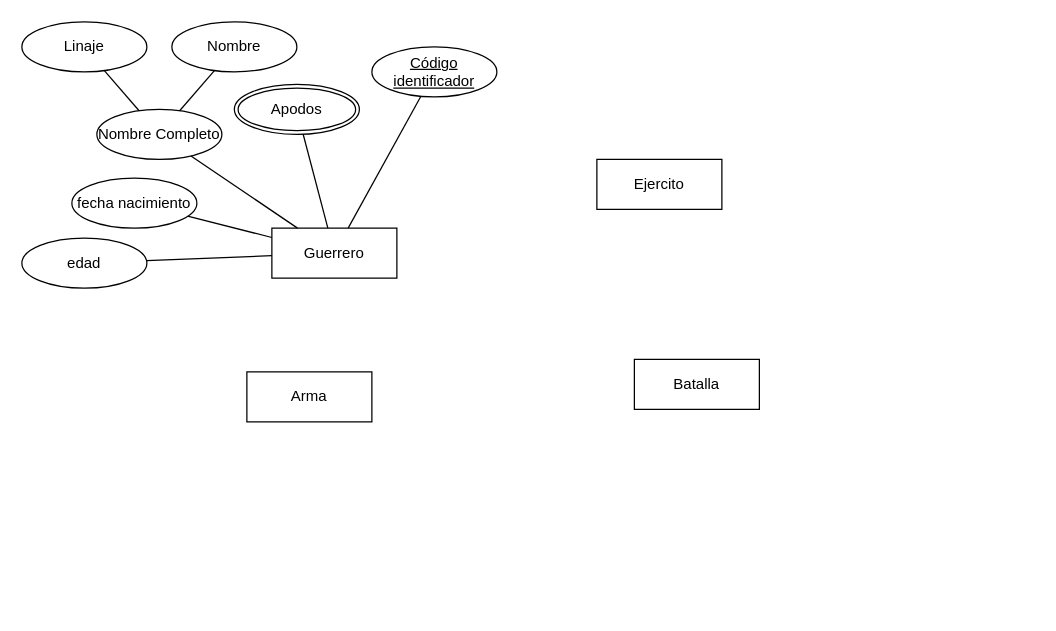
Before: GBD/anillos.drawio in poliestireno/ASIR1_2627, a draw.io diagram. Source tidied: cells renumbered, new cells numbered last; positions are measured from the earlier drawing's top-left corner, leaving out a move shared by most shapes. Both pictures are drawn from the tidied source at 125%, with x=0, y=0 at pixel (21, 21).
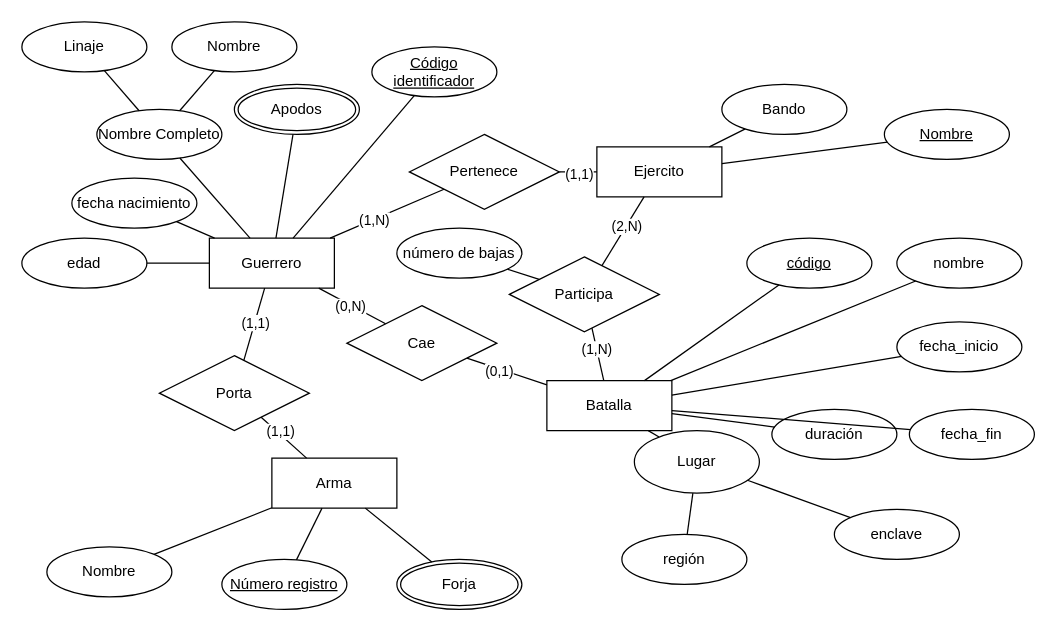
After the change.

What changed in the source:
```diff
@@
     <mxCell id="2" value="Guerrero" style="whiteSpace=wrap;html=1;align=center;" parent="1" vertex="1">
-      <mxGeometry x="200" y="165" width="100" height="40" as="geometry" />
+      <mxGeometry x="150" y="173" width="100" height="40" as="geometry" />
     </mxCell>
     <mxCell id="3" value="Ejercito" style="whiteSpace=wrap;html=1;align=center;" parent="1" vertex="1">
-      <mxGeometry x="460" y="110" width="100" height="40" as="geometry" />
+      <mxGeometry x="460" y="100" width="100" height="40" as="geometry" />
     </mxCell>
     <mxCell id="4" value="Arma" style="whiteSpace=wrap;html=1;align=center;" parent="1" vertex="1">
-      <mxGeometry x="180" y="280" width="100" height="40" as="geometry" />
+      <mxGeometry x="200" y="349" width="100" height="40" as="geometry" />
     </mxCell>
     <mxCell id="5" value="Batalla" style="whiteSpace=wrap;html=1;align=center;" parent="1" vertex="1">
-      <mxGeometry x="490" y="270" width="100" height="40" as="geometry" />
+      <mxGeometry x="420" y="287" width="100" height="40" as="geometry" />
     </mxCell>
@@
+    <mxCell id="20" value="Bando" style="ellipse;whiteSpace=wrap;html=1;align=center;" parent="1" vertex="1">
+      <mxGeometry x="560" y="50" width="100" height="40" as="geometry" />
+    </mxCell>
+    <mxCell id="21" style="endArrow=none;html=1;rounded=0;defaultLabelBackgroundColor=page;" parent="1" edge="1" source="20" target="3">
+      <mxGeometry relative="1" as="geometry" />
+    </mxCell>
+    <mxCell id="22" value="Nombre" style="ellipse;whiteSpace=wrap;html=1;align=center;fontStyle=4;" parent="1" vertex="1">
+      <mxGeometry x="690" y="70" width="100" height="40" as="geometry" />
+    </mxCell>
+    <mxCell id="23" style="endArrow=none;html=1;rounded=0;defaultLabelBackgroundColor=page;" parent="1" edge="1" source="3" target="22">
+      <mxGeometry relative="1" as="geometry" />
+    </mxCell>
+    <mxCell id="24" value="Nombre" style="ellipse;whiteSpace=wrap;html=1;align=center;" parent="1" vertex="1">
+      <mxGeometry x="20" y="420" width="100" height="40" as="geometry" />
+    </mxCell>
+    <mxCell id="25" value="Número registro" style="ellipse;whiteSpace=wrap;html=1;align=center;fontStyle=4;" parent="1" vertex="1">
+      <mxGeometry x="160" y="430" width="100" height="40" as="geometry" />
+    </mxCell>
+    <mxCell id="26" value="Forja" style="ellipse;shape=doubleEllipse;margin=3;whiteSpace=wrap;html=1;align=center;" parent="1" vertex="1">
+      <mxGeometry x="300" y="430" width="100" height="40" as="geometry" />
+    </mxCell>
+    <mxCell id="27" style="endArrow=none;html=1;rounded=0;defaultLabelBackgroundColor=page;" parent="1" edge="1" source="26" target="4">
+      <mxGeometry relative="1" as="geometry" />
+    </mxCell>
+    <mxCell id="28" style="endArrow=none;html=1;rounded=0;defaultLabelBackgroundColor=page;" parent="1" edge="1" source="25" target="4">
+      <mxGeometry relative="1" as="geometry" />
+    </mxCell>
+    <mxCell id="29" style="endArrow=none;html=1;rounded=0;defaultLabelBackgroundColor=page;" parent="1" edge="1" source="24" target="4">
+      <mxGeometry relative="1" as="geometry" />
+    </mxCell>
+    <mxCell id="30" value="nombre" style="ellipse;whiteSpace=wrap;html=1;align=center;" parent="1" vertex="1">
+      <mxGeometry x="700" y="173" width="100" height="40" as="geometry" />
+    </mxCell>
+    <mxCell id="31" value="fecha_inicio" style="ellipse;whiteSpace=wrap;html=1;align=center;" parent="1" vertex="1">
+      <mxGeometry x="700" y="240" width="100" height="40" as="geometry" />
+    </mxCell>
+    <mxCell id="32" value="código" style="ellipse;whiteSpace=wrap;html=1;align=center;fontStyle=4;" parent="1" vertex="1">
+      <mxGeometry x="580" y="173" width="100" height="40" as="geometry" />
+    </mxCell>
+    <mxCell id="33" value="duración" style="ellipse;whiteSpace=wrap;html=1;align=center;" parent="1" vertex="1">
+      <mxGeometry x="600" y="310" width="100" height="40" as="geometry" />
+    </mxCell>
+    <mxCell id="34" value="fecha_fin" style="ellipse;whiteSpace=wrap;html=1;align=center;" parent="1" vertex="1">
+      <mxGeometry x="710" y="310" width="100" height="40" as="geometry" />
+    </mxCell>
+    <mxCell id="35" value="Lugar" style="ellipse;whiteSpace=wrap;html=1;align=center;" parent="1" vertex="1">
+      <mxGeometry x="490" y="327" width="100" height="50" as="geometry" />
+    </mxCell>
+    <mxCell id="36" value="enclave" style="ellipse;whiteSpace=wrap;html=1;align=center;" parent="1" vertex="1">
+      <mxGeometry x="650" y="390" width="100" height="40" as="geometry" />
+    </mxCell>
+    <mxCell id="37" value="región" style="ellipse;whiteSpace=wrap;html=1;align=center;" parent="1" vertex="1">
+      <mxGeometry x="480" y="410" width="100" height="40" as="geometry" />
+    </mxCell>
+    <mxCell id="38" style="endArrow=none;html=1;rounded=0;defaultLabelBackgroundColor=page;" parent="1" edge="1" source="36" target="35">
+      <mxGeometry relative="1" as="geometry" />
+    </mxCell>
+    <mxCell id="39" style="endArrow=none;html=1;rounded=0;defaultLabelBackgroundColor=page;" parent="1" edge="1" source="37" target="35">
+      <mxGeometry relative="1" as="geometry" />
+    </mxCell>
+    <mxCell id="40" style="endArrow=none;html=1;rounded=0;defaultLabelBackgroundColor=page;" parent="1" edge="1" source="35" target="5">
+      <mxGeometry relative="1" as="geometry" />
+    </mxCell>
+    <mxCell id="41" style="endArrow=none;html=1;rounded=0;defaultLabelBackgroundColor=page;" parent="1" edge="1" source="33" target="5">
+      <mxGeometry relative="1" as="geometry" />
+    </mxCell>
+    <mxCell id="42" style="endArrow=none;html=1;rounded=0;defaultLabelBackgroundColor=page;" parent="1" edge="1" source="34" target="5">
+      <mxGeometry relative="1" as="geometry" />
+    </mxCell>
+    <mxCell id="43" style="endArrow=none;html=1;rounded=0;defaultLabelBackgroundColor=page;" parent="1" edge="1" source="31" target="5">
+      <mxGeometry relative="1" as="geometry" />
+    </mxCell>
+    <mxCell id="44" style="endArrow=none;html=1;rounded=0;defaultLabelBackgroundColor=page;" parent="1" edge="1" source="30" target="5">
+      <mxGeometry relative="1" as="geometry" />
+    </mxCell>
+    <mxCell id="45" style="endArrow=none;html=1;rounded=0;defaultLabelBackgroundColor=page;" parent="1" edge="1" source="32" target="5">
+      <mxGeometry relative="1" as="geometry" />
+    </mxCell>
+    <mxCell id="46" value="Pertenece" style="shape=rhombus;perimeter=rhombusPerimeter;whiteSpace=wrap;html=1;align=center;" parent="1" vertex="1">
+      <mxGeometry x="310" y="90" width="120" height="60" as="geometry" />
+    </mxCell>
+    <mxCell id="47" style="endArrow=none;html=1;rounded=0;defaultLabelBackgroundColor=page;" parent="1" edge="1" source="2" target="46">
+      <mxGeometry relative="1" as="geometry" />
+    </mxCell>
+    <mxCell id="48" value="(1,N)" style="edgeLabel;html=1;align=center;verticalAlign=middle;inheritText=1;defaultLabelBackgroundColor=page;" parent="47" vertex="1">
+      <mxGeometry x="-0.23" y="-1" relative="1" as="geometry" />
+    </mxCell>
+    <mxCell id="49" style="endArrow=none;html=1;rounded=0;defaultLabelBackgroundColor=page;" parent="1" edge="1" source="46" target="3">
+      <mxGeometry relative="1" as="geometry" />
+    </mxCell>
+    <mxCell id="50" value="(1,1)" style="edgeLabel;html=1;align=center;verticalAlign=middle;inheritText=1;defaultLabelBackgroundColor=page;" parent="49" vertex="1">
+      <mxGeometry x="0.01" y="-1" relative="1" as="geometry" />
+    </mxCell>
+    <mxCell id="51" value="Porta" style="shape=rhombus;perimeter=rhombusPerimeter;whiteSpace=wrap;html=1;align=center;" parent="1" vertex="1">
+      <mxGeometry x="110" y="267" width="120" height="60" as="geometry" />
+    </mxCell>
+    <mxCell id="52" style="endArrow=none;html=1;rounded=0;defaultLabelBackgroundColor=page;" parent="1" edge="1" source="2" target="51">
+      <mxGeometry relative="1" as="geometry" />
+    </mxCell>
+    <mxCell id="53" value="(1,1)" style="edgeLabel;html=1;align=center;verticalAlign=middle;inheritText=1;defaultLabelBackgroundColor=page;" parent="52" vertex="1">
+      <mxGeometry x="-0.03" relative="1" as="geometry" />
+    </mxCell>
+    <mxCell id="54" style="endArrow=none;html=1;rounded=0;defaultLabelBackgroundColor=page;" parent="1" edge="1" source="51" target="4">
+      <mxGeometry relative="1" as="geometry" />
+    </mxCell>
+    <mxCell id="55" value="(1,1)" style="edgeLabel;html=1;align=center;verticalAlign=middle;inheritText=1;defaultLabelBackgroundColor=page;" parent="54" vertex="1">
+      <mxGeometry x="-0.23" y="2" relative="1" as="geometry" />
+    </mxCell>
+    <mxCell id="56" value="Participa" style="shape=rhombus;perimeter=rhombusPerimeter;whiteSpace=wrap;html=1;align=center;" parent="1" vertex="1">
+      <mxGeometry x="390" y="188" width="120" height="60" as="geometry" />
+    </mxCell>
+    <mxCell id="57" style="endArrow=none;html=1;rounded=0;defaultLabelBackgroundColor=page;" parent="1" edge="1" source="3" target="56">
+      <mxGeometry relative="1" as="geometry" />
+    </mxCell>
+    <mxCell id="58" value="(2,N)" style="edgeLabel;html=1;align=center;verticalAlign=middle;inheritText=1;defaultLabelBackgroundColor=page;" parent="57" vertex="1">
+      <mxGeometry x="-0.17" relative="1" as="geometry" />
+    </mxCell>
+    <mxCell id="59" style="endArrow=none;html=1;rounded=0;defaultLabelBackgroundColor=page;" parent="1" edge="1" source="5" target="56">
+      <mxGeometry relative="1" as="geometry" />
+    </mxCell>
+    <mxCell id="60" value="(1,N)" style="edgeLabel;html=1;align=center;verticalAlign=middle;inheritText=1;defaultLabelBackgroundColor=page;" parent="59" vertex="1">
+      <mxGeometry x="0.23" relative="1" as="geometry" />
+    </mxCell>
+    <mxCell id="61" value="Cae" style="shape=rhombus;perimeter=rhombusPerimeter;whiteSpace=wrap;html=1;align=center;" parent="1" vertex="1">
+      <mxGeometry x="260" y="227" width="120" height="60" as="geometry" />
+    </mxCell>
+    <mxCell id="62" style="endArrow=none;html=1;rounded=0;defaultLabelBackgroundColor=page;" parent="1" edge="1" source="2" target="61">
+      <mxGeometry relative="1" as="geometry" />
+    </mxCell>
+    <mxCell id="63" value="(0,N)" style="edgeLabel;html=1;align=center;verticalAlign=middle;inheritText=1;defaultLabelBackgroundColor=page;" parent="62" vertex="1">
+      <mxGeometry x="-0.09" y="-1" relative="1" as="geometry">
+        <mxPoint x="1" as="offset" />
+      </mxGeometry>
+    </mxCell>
+    <mxCell id="64" style="endArrow=none;html=1;rounded=0;defaultLabelBackgroundColor=page;" parent="1" edge="1" source="61" target="5">
+      <mxGeometry relative="1" as="geometry" />
+    </mxCell>
+    <mxCell id="65" value="(0,1)" style="edgeLabel;html=1;align=center;verticalAlign=middle;inheritText=1;defaultLabelBackgroundColor=page;" parent="64" vertex="1">
+      <mxGeometry x="-0.17" y="-2" relative="1" as="geometry" />
+    </mxCell>
+    <mxCell id="66" value="número de bajas" style="ellipse;whiteSpace=wrap;html=1;align=center;" parent="1" vertex="1">
+      <mxGeometry x="300" y="165" width="100" height="40" as="geometry" />
+    </mxCell>
+    <mxCell id="67" style="endArrow=none;html=1;rounded=0;defaultLabelBackgroundColor=page;" parent="1" edge="1" source="66" target="56">
+      <mxGeometry relative="1" as="geometry" />
+    </mxCell>
```
